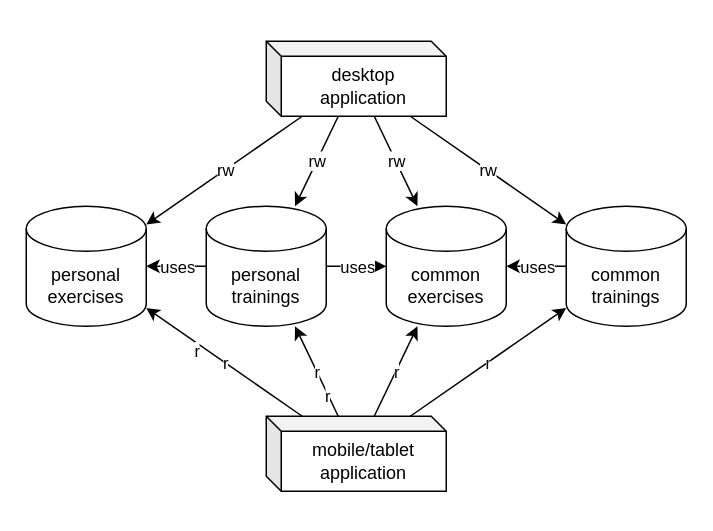
Above: 02_design/system_architecture.drawio in David17b/hb_training (draw.io), before the change. Source tidied: cells renumbered, new cells numbered last; positions are measured from the earlier drawing's top-left corner, leaving out a move shared by most shapes. Both pictures are drawn from the tidied source at 150%, with x=0, y=0 at pixel (26, 40).
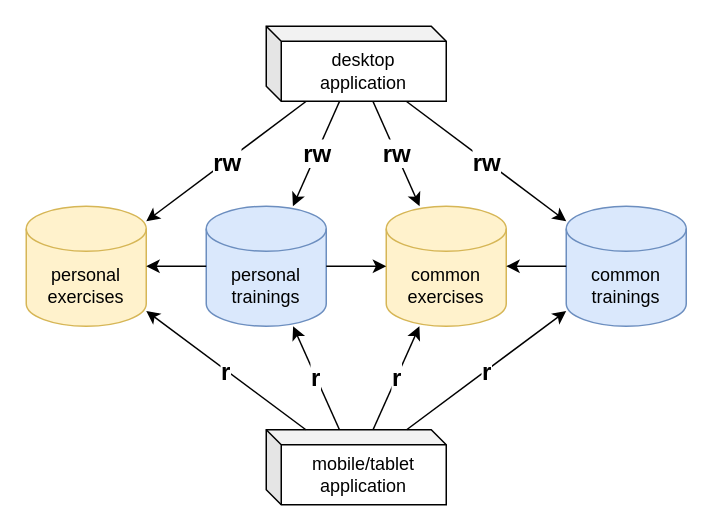
The same page after the edit.

The change refers to these unchanged cells:
```xml
<mxCell id="4" style="endArrow=classic;html=1;rounded=0;" parent="1" edge="1" source="3" target="2">
  <mxGeometry relative="1" as="geometry" />
</mxCell>
<mxCell id="8" style="endArrow=classic;html=1;rounded=0;" parent="1" edge="1" source="6" target="7">
  <mxGeometry relative="1" as="geometry" />
</mxCell>
```

Change to the diagram source:
```diff
@@
-    <mxCell id="2" value="common&lt;br&gt;exercises" style="shape=cylinder3;whiteSpace=wrap;html=1;boundedLbl=1;backgroundOutline=1;size=15;" parent="1" vertex="1">
+    <mxCell id="2" value="common&lt;br&gt;exercises" style="shape=cylinder3;whiteSpace=wrap;html=1;boundedLbl=1;backgroundOutline=1;size=15;fillColor=#fff2cc;strokeColor=#d6b656;" parent="1" vertex="1">
       <mxGeometry x="240" y="110" width="80" height="80" as="geometry" />
     </mxCell>
-    <mxCell id="3" value="common&lt;br&gt;trainings" style="shape=cylinder3;whiteSpace=wrap;html=1;boundedLbl=1;backgroundOutline=1;size=15;" parent="1" vertex="1">
+    <mxCell id="3" value="common&lt;br&gt;trainings" style="shape=cylinder3;whiteSpace=wrap;html=1;boundedLbl=1;backgroundOutline=1;size=15;fillColor=#dae8fc;strokeColor=#6c8ebf;" parent="1" vertex="1">
       <mxGeometry x="360" y="110" width="80" height="80" as="geometry" />
     </mxCell>
@@
-    <mxCell id="5" value="uses" style="edgeLabel;html=1;align=center;verticalAlign=middle;" parent="4" vertex="1">
-      <mxGeometry relative="1" as="geometry" />
-    </mxCell>
-    <mxCell id="6" value="personal trainings" style="shape=cylinder3;whiteSpace=wrap;html=1;boundedLbl=1;backgroundOutline=1;size=15;" parent="1" vertex="1">
+    <mxCell id="6" value="personal trainings" style="shape=cylinder3;whiteSpace=wrap;html=1;boundedLbl=1;backgroundOutline=1;size=15;fillColor=#dae8fc;strokeColor=#6c8ebf;" parent="1" vertex="1">
       <mxGeometry x="120" y="110" width="80" height="80" as="geometry" />
     </mxCell>
-    <mxCell id="7" value="personal exercises" style="shape=cylinder3;whiteSpace=wrap;html=1;boundedLbl=1;backgroundOutline=1;size=15;" parent="1" vertex="1">
+    <mxCell id="7" value="personal exercises" style="shape=cylinder3;whiteSpace=wrap;html=1;boundedLbl=1;backgroundOutline=1;size=15;fillColor=#fff2cc;strokeColor=#d6b656;" parent="1" vertex="1">
       <mxGeometry y="110" width="80" height="80" as="geometry" />
     </mxCell>
@@
-    <mxCell id="9" value="uses" style="edgeLabel;html=1;align=center;verticalAlign=middle;" parent="8" vertex="1">
-      <mxGeometry relative="1" as="geometry" />
-    </mxCell>
-    <mxCell id="10" style="endArrow=classic;html=1;rounded=0;" parent="1" edge="1" source="6" target="2">
-      <mxGeometry relative="1" as="geometry" />
-    </mxCell>
-    <mxCell id="11" value="uses" style="edgeLabel;html=1;align=center;verticalAlign=middle;" parent="10" vertex="1">
-      <mxGeometry relative="1" as="geometry" />
-    </mxCell>
-    <mxCell id="12" style="endArrow=classic;html=1;rounded=0;" parent="1" edge="1" source="28" target="7">
+    <mxCell id="12" style="endArrow=classic;html=1;rounded=0;fontSize=16;fontStyle=1;" parent="1" edge="1" source="28" target="7">
       <mxGeometry relative="1" as="geometry" />
     </mxCell>
-    <mxCell id="13" value="rw" style="edgeLabel;html=1;align=center;verticalAlign=middle;" parent="12" vertex="1">
+    <mxCell id="13" value="rw" style="edgeLabel;html=1;align=center;verticalAlign=middle;fontSize=16;fontStyle=1;" parent="12" vertex="1">
       <mxGeometry relative="1" as="geometry" />
     </mxCell>
-    <mxCell id="14" style="endArrow=classic;html=1;rounded=0;" parent="1" edge="1" source="28" target="6">
+    <mxCell id="14" style="endArrow=classic;html=1;rounded=0;fontSize=16;fontStyle=1;" parent="1" edge="1" source="28" target="6">
       <mxGeometry relative="1" as="geometry" />
     </mxCell>
-    <mxCell id="15" value="rw" style="edgeLabel;html=1;align=center;verticalAlign=middle;" parent="14" vertex="1">
+    <mxCell id="15" value="rw" style="edgeLabel;html=1;align=center;verticalAlign=middle;fontSize=16;fontStyle=1;" parent="14" vertex="1">
       <mxGeometry relative="1" as="geometry" />
     </mxCell>
-    <mxCell id="16" style="endArrow=classic;html=1;rounded=0;" parent="1" edge="1" source="28" target="3">
+    <mxCell id="16" style="endArrow=classic;html=1;rounded=0;fontSize=16;fontStyle=1;" parent="1" edge="1" source="28" target="3">
       <mxGeometry relative="1" as="geometry" />
     </mxCell>
-    <mxCell id="17" value="rw" style="edgeLabel;html=1;align=center;verticalAlign=middle;" parent="16" vertex="1">
+    <mxCell id="17" value="rw" style="edgeLabel;html=1;align=center;verticalAlign=middle;fontSize=16;fontStyle=1;" parent="16" vertex="1">
       <mxGeometry relative="1" as="geometry" />
     </mxCell>
-    <mxCell id="18" style="endArrow=classic;html=1;rounded=0;" parent="1" edge="1" source="28" target="2">
+    <mxCell id="18" style="endArrow=classic;html=1;rounded=0;fontSize=16;fontStyle=1;" parent="1" edge="1" source="28" target="2">
       <mxGeometry relative="1" as="geometry" />
     </mxCell>
-    <mxCell id="19" value="rw" style="edgeLabel;html=1;align=center;verticalAlign=middle;" parent="18" vertex="1">
+    <mxCell id="19" value="rw" style="edgeLabel;html=1;align=center;verticalAlign=middle;fontSize=16;fontStyle=1;" parent="18" vertex="1">
       <mxGeometry relative="1" as="geometry" />
     </mxCell>
-    <mxCell id="20" value="r" style="endArrow=classic;html=1;rounded=0;" parent="1" edge="1" source="29" target="6">
-      <mxGeometry x="-0.55" y="1" relative="1" as="geometry" />
-    </mxCell>
-    <mxCell id="21" value="r" style="edgeLabel;html=1;align=center;verticalAlign=middle;" parent="20" vertex="1">
-      <mxGeometry relative="1" as="geometry" />
-    </mxCell>
-    <mxCell id="22" style="endArrow=classic;html=1;rounded=0;" parent="1" edge="1" source="29" target="2">
-      <mxGeometry relative="1" as="geometry" />
-    </mxCell>
-    <mxCell id="23" value="r" style="edgeLabel;html=1;align=center;verticalAlign=middle;" parent="22" vertex="1">
-      <mxGeometry relative="1" as="geometry" />
-    </mxCell>
-    <mxCell id="24" style="endArrow=classic;html=1;rounded=0;" parent="1" edge="1" source="29" target="3">
-      <mxGeometry relative="1" as="geometry" />
-    </mxCell>
-    <mxCell id="25" value="r" style="edgeLabel;html=1;align=center;verticalAlign=middle;" parent="24" vertex="1">
-      <mxGeometry relative="1" as="geometry" />
-    </mxCell>
-    <mxCell id="26" value="r" style="endArrow=classic;html=1;rounded=0;" parent="1" edge="1" source="29" target="7">
-      <mxGeometry x="0.3" y="4" relative="1" as="geometry" />
-    </mxCell>
-    <mxCell id="27" value="r" style="edgeLabel;html=1;align=center;verticalAlign=middle;" parent="26" vertex="1">
-      <mxGeometry relative="1" as="geometry" />
-    </mxCell>
     <mxCell id="28" value="desktop&lt;br&gt;application" style="shape=cube;whiteSpace=wrap;html=1;boundedLbl=1;backgroundOutline=1;darkOpacity=0.05;darkOpacity2=0.1;size=10;" parent="1" vertex="1">
-      <mxGeometry x="160" width="120" height="50" as="geometry" />
+      <mxGeometry x="160" y="-10" width="120" height="50" as="geometry" />
     </mxCell>
     <mxCell id="29" value="mobile/tablet&lt;br&gt;application" style="shape=cube;whiteSpace=wrap;html=1;boundedLbl=1;backgroundOutline=1;darkOpacity=0.05;darkOpacity2=0.1;size=10;" parent="1" vertex="1">
-      <mxGeometry x="160" y="250" width="120" height="50" as="geometry" />
+      <mxGeometry x="160" y="259" width="120" height="50" as="geometry" />
     </mxCell>
+    <mxCell id="24" value="r" style="endArrow=classic;html=1;rounded=0;fontSize=16;fontStyle=1;" parent="1" edge="1" source="29" target="3">
+      <mxGeometry relative="1" as="geometry" />
+    </mxCell>
+    <mxCell id="26" value="r" style="endArrow=classic;html=1;rounded=0;fontSize=16;fontStyle=1;" parent="1" edge="1" source="29" target="7">
+      <mxGeometry relative="1" as="geometry" />
+    </mxCell>
+    <mxCell id="22" value="r" style="endArrow=classic;html=1;rounded=0;fontSize=16;fontStyle=1;" parent="1" edge="1" source="29" target="2">
+      <mxGeometry relative="1" as="geometry" />
+    </mxCell>
+    <mxCell id="20" value="r" style="endArrow=classic;html=1;rounded=0;fontSize=16;fontStyle=1;" parent="1" edge="1" source="29" target="6">
+      <mxGeometry relative="1" as="geometry" />
+    </mxCell>
+    <mxCell id="10" style="endArrow=classic;html=1;rounded=0;" parent="1" edge="1" source="6" target="2">
+      <mxGeometry relative="1" as="geometry" />
+    </mxCell>
```
